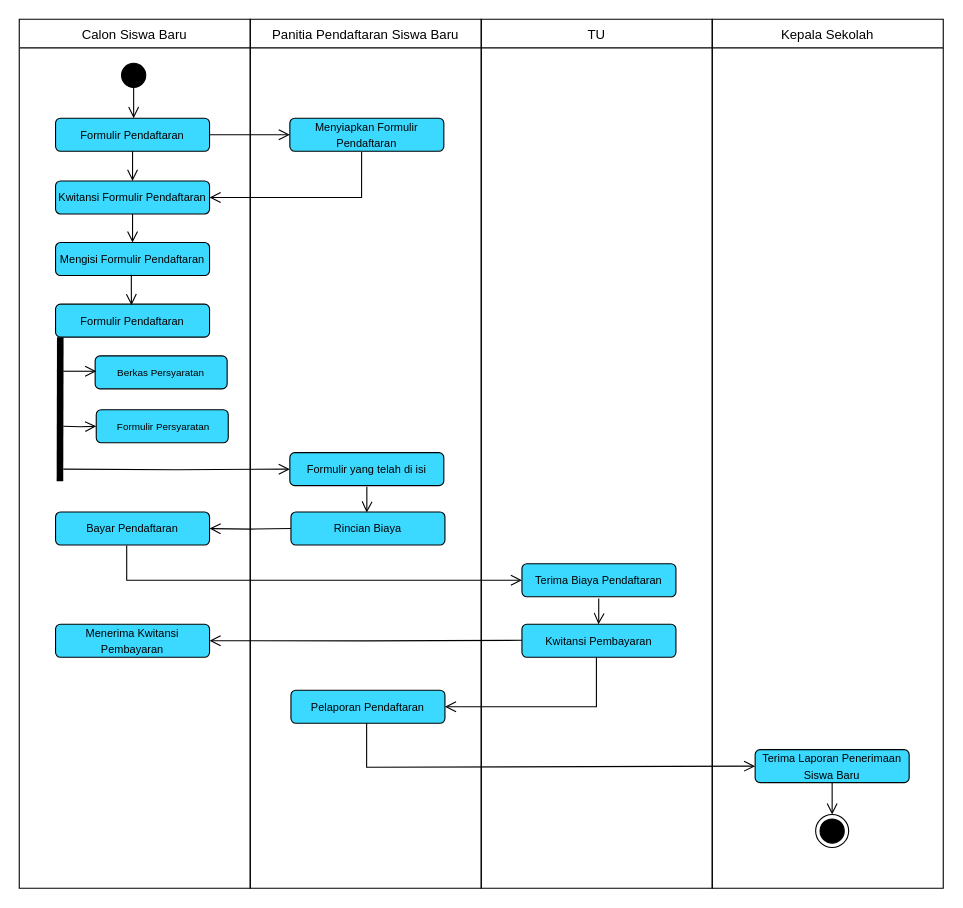
Earlier version of the draw.io diagram activity.drawio (danangsptro/register-vhs). Source tidied: cells renumbered, new cells numbered last; positions are measured from the earlier drawing's top-left corner, leaving out a move shared by most shapes. Both pictures are drawn from the tidied source at 110%, with x=0, y=0 at pixel (19, 19).
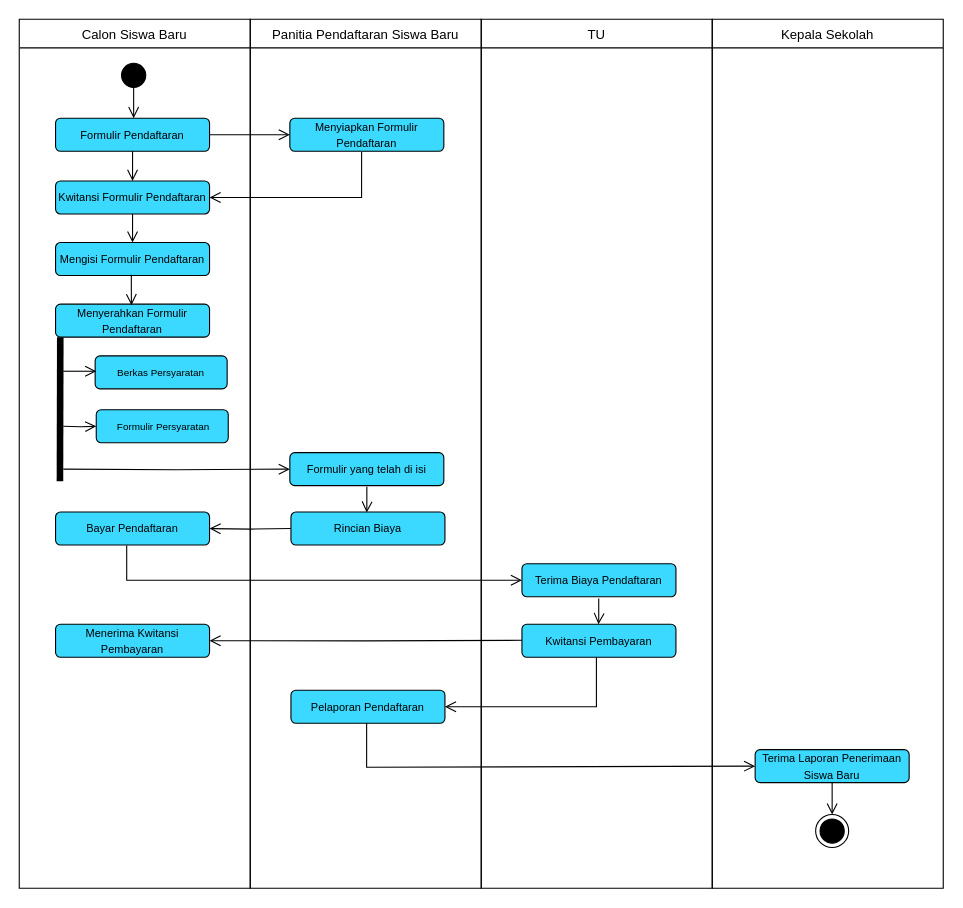
Above is the later version.

What changed in the source:
```diff
@@
-    <mxCell id="16" value="&lt;font style=&quot;font-size: 10px;&quot;&gt;Formulir Pendaftaran&lt;/font&gt;" style="rounded=1;whiteSpace=wrap;html=1;strokeColor=default;fillColor=#3BD8FF;gradientColor=none;" parent="1" vertex="1">
+    <mxCell id="16" value="&lt;font style=&quot;font-size: 10px;&quot;&gt;Menyerahkan Formulir Pendaftaran&lt;/font&gt;" style="rounded=1;whiteSpace=wrap;html=1;strokeColor=default;fillColor=#3BD8FF;gradientColor=none;" parent="1" vertex="1">
       <mxGeometry x="33" y="259" width="140" height="30" as="geometry" />
     </mxCell>
```
